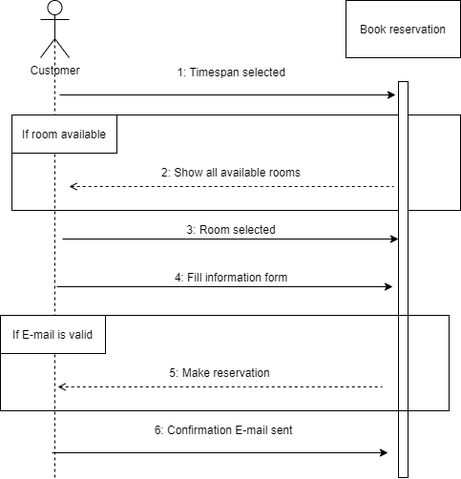
The draw.io diagram Diagrammer/SSD.png in jonash871j/Landlyst-24062020, before a commit. Source tidied: cells renumbered, new cells last; positions are measured from the earlier drawing's top-left corner, leaving out a move shared by most shapes.
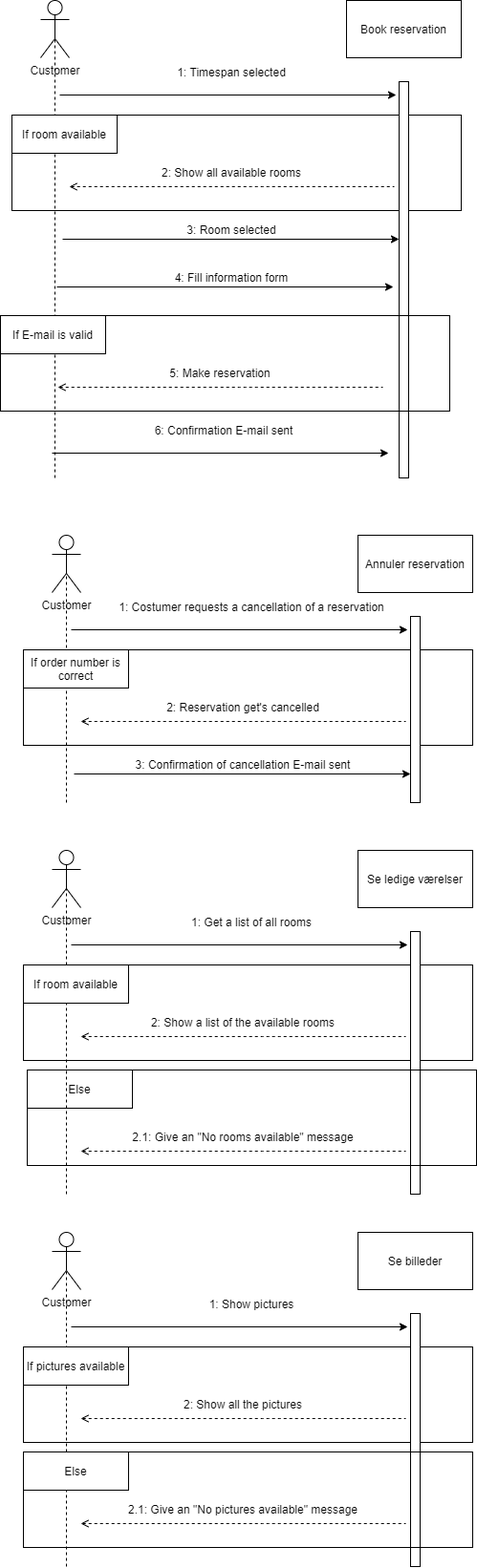
The same file after the commit.

Diff of the diagram source:
```diff
@@ -2,6 +2,9 @@
   <root>
     <mxCell id="0" />
     <mxCell id="1" parent="0" />
+    <mxCell id="24" style="rounded=0;whiteSpace=wrap;html=1;fillColor=#ffffff;" parent="1" vertex="1">
+      <mxGeometry x="28" y="1120" width="110" height="40" as="geometry" />
+    </mxCell>
     <mxCell id="2" style="rounded=0;whiteSpace=wrap;html=1;fillColor=none;" parent="1" vertex="1">
       <mxGeometry x="12" y="120" width="470" height="100" as="geometry" />
     </mxCell>
@@ -94,5 +97,185 @@
     <mxCell id="23" value="6: Confirmation E-mail sent" style="text;html=1;strokeColor=none;fillColor=none;align=center;verticalAlign=middle;whiteSpace=wrap;rounded=0;" parent="1" vertex="1">
       <mxGeometry x="94" y="440" width="280" height="20" as="geometry" />
     </mxCell>
+    <mxCell id="25" style="rounded=0;whiteSpace=wrap;html=1;fillColor=none;" parent="1" vertex="1">
+      <mxGeometry x="24" y="680" width="470" height="100" as="geometry" />
+    </mxCell>
+    <mxCell id="26" value="Customer" style="shape=umlActor;verticalLabelPosition=bottom;labelBackgroundColor=#ffffff;verticalAlign=top;html=1;outlineConnect=0;" parent="1" vertex="1">
+      <mxGeometry x="54" y="560" width="30" height="60" as="geometry" />
+    </mxCell>
+    <mxCell id="27" value="Annuler reservation" style="rounded=0;whiteSpace=wrap;html=1;" parent="1" vertex="1">
+      <mxGeometry x="374" y="560" width="120" height="60" as="geometry" />
+    </mxCell>
+    <mxCell id="28" style="rounded=0;whiteSpace=wrap;html=1;fillColor=#ffffff;" parent="1" vertex="1">
+      <mxGeometry x="429" y="645" width="10" height="195" as="geometry" />
+    </mxCell>
+    <mxCell id="29" style="endArrow=classic;html=1;" parent="1" edge="1">
+      <mxGeometry relative="1" as="geometry">
+        <mxPoint x="74" y="659" as="sourcePoint" />
+        <mxPoint x="426" y="659" as="targetPoint" />
+      </mxGeometry>
+    </mxCell>
+    <mxCell id="30" style="endArrow=none;dashed=1;html=1;entryX=0.5;entryY=0.5;entryDx=0;entryDy=0;entryPerimeter=0;" parent="1" edge="1" target="26">
+      <mxGeometry relative="1" as="geometry">
+        <mxPoint x="69" y="840" as="sourcePoint" />
+      </mxGeometry>
+    </mxCell>
+    <mxCell id="31" value="1: Costumer requests a cancellation of a reservation" style="text;html=1;strokeColor=none;fillColor=none;align=center;verticalAlign=middle;whiteSpace=wrap;rounded=0;" parent="1" vertex="1">
+      <mxGeometry x="114" y="625" width="298" height="20" as="geometry" />
+    </mxCell>
+    <mxCell id="32" style="rounded=0;whiteSpace=wrap;html=1;fillColor=#ffffff;" parent="1" vertex="1">
+      <mxGeometry x="24" y="680" width="110" height="40" as="geometry" />
+    </mxCell>
+    <mxCell id="33" value="If order number is correct" style="text;html=1;strokeColor=none;fillColor=none;align=center;verticalAlign=middle;whiteSpace=wrap;rounded=0;" parent="1" vertex="1">
+      <mxGeometry x="24" y="690" width="110" height="20" as="geometry" />
+    </mxCell>
+    <mxCell id="34" style="endArrow=none;dashed=1;html=1;endFill=0;startArrow=open;startFill=0;" parent="1" edge="1">
+      <mxGeometry relative="1" as="geometry">
+        <mxPoint x="84" y="755" as="sourcePoint" />
+        <mxPoint x="424" y="755" as="targetPoint" />
+        <Array as="points">
+          <mxPoint x="284" y="755" />
+        </Array>
+      </mxGeometry>
+    </mxCell>
+    <mxCell id="35" value="2: Reservation get's cancelled" style="text;html=1;strokeColor=none;fillColor=none;align=center;verticalAlign=middle;whiteSpace=wrap;rounded=0;" parent="1" vertex="1">
+      <mxGeometry x="89" y="730" width="330" height="20" as="geometry" />
+    </mxCell>
+    <mxCell id="36" style="endArrow=classic;html=1;" parent="1" edge="1">
+      <mxGeometry relative="1" as="geometry">
+        <mxPoint x="77" y="810" as="sourcePoint" />
+        <mxPoint x="429" y="810" as="targetPoint" />
+      </mxGeometry>
+    </mxCell>
+    <mxCell id="37" value="3: Confirmation of cancellation E-mail sent" style="text;html=1;strokeColor=none;fillColor=none;align=center;verticalAlign=middle;whiteSpace=wrap;rounded=0;" parent="1" vertex="1">
+      <mxGeometry x="114" y="790" width="280" height="20" as="geometry" />
+    </mxCell>
+    <mxCell id="38" style="rounded=0;whiteSpace=wrap;html=1;fillColor=none;" parent="1" vertex="1">
+      <mxGeometry x="24" y="1010" width="470" height="100" as="geometry" />
+    </mxCell>
+    <mxCell id="39" value="Customer" style="shape=umlActor;verticalLabelPosition=bottom;labelBackgroundColor=#ffffff;verticalAlign=top;html=1;outlineConnect=0;" parent="1" vertex="1">
+      <mxGeometry x="54" y="890" width="30" height="60" as="geometry" />
+    </mxCell>
+    <mxCell id="40" value="Se ledige værelser" style="rounded=0;whiteSpace=wrap;html=1;" parent="1" vertex="1">
+      <mxGeometry x="374" y="890" width="120" height="60" as="geometry" />
+    </mxCell>
+    <mxCell id="41" style="rounded=0;whiteSpace=wrap;html=1;fillColor=#ffffff;" parent="1" vertex="1">
+      <mxGeometry x="429" y="975" width="10" height="275" as="geometry" />
+    </mxCell>
+    <mxCell id="42" style="endArrow=classic;html=1;" parent="1" edge="1">
+      <mxGeometry relative="1" as="geometry">
+        <mxPoint x="74" y="989" as="sourcePoint" />
+        <mxPoint x="426" y="989" as="targetPoint" />
+      </mxGeometry>
+    </mxCell>
+    <mxCell id="43" style="endArrow=none;dashed=1;html=1;entryX=0.5;entryY=0.5;entryDx=0;entryDy=0;entryPerimeter=0;" parent="1" edge="1" target="39">
+      <mxGeometry relative="1" as="geometry">
+        <mxPoint x="69" y="1250" as="sourcePoint" />
+      </mxGeometry>
+    </mxCell>
+    <mxCell id="44" value="1: Get a list of all rooms" style="text;html=1;strokeColor=none;fillColor=none;align=center;verticalAlign=middle;whiteSpace=wrap;rounded=0;" parent="1" vertex="1">
+      <mxGeometry x="114" y="955" width="298" height="20" as="geometry" />
+    </mxCell>
+    <mxCell id="45" style="rounded=0;whiteSpace=wrap;html=1;fillColor=#ffffff;" parent="1" vertex="1">
+      <mxGeometry x="24" y="1010" width="110" height="40" as="geometry" />
+    </mxCell>
+    <mxCell id="46" value="If room available" style="text;html=1;strokeColor=none;fillColor=none;align=center;verticalAlign=middle;whiteSpace=wrap;rounded=0;" parent="1" vertex="1">
+      <mxGeometry x="24" y="1020" width="110" height="20" as="geometry" />
+    </mxCell>
+    <mxCell id="47" style="endArrow=none;dashed=1;html=1;endFill=0;startArrow=open;startFill=0;" parent="1" edge="1">
+      <mxGeometry relative="1" as="geometry">
+        <mxPoint x="84" y="1085" as="sourcePoint" />
+        <mxPoint x="424" y="1085" as="targetPoint" />
+        <Array as="points">
+          <mxPoint x="284" y="1085" />
+        </Array>
+      </mxGeometry>
+    </mxCell>
+    <mxCell id="48" value="2: Show a list of the available rooms" style="text;html=1;strokeColor=none;fillColor=none;align=center;verticalAlign=middle;whiteSpace=wrap;rounded=0;" parent="1" vertex="1">
+      <mxGeometry x="89" y="1060" width="330" height="20" as="geometry" />
+    </mxCell>
+    <mxCell id="49" style="rounded=0;whiteSpace=wrap;html=1;fillColor=none;" parent="1" vertex="1">
+      <mxGeometry x="28" y="1120" width="470" height="100" as="geometry" />
+    </mxCell>
+    <mxCell id="50" value="Else" style="text;html=1;strokeColor=none;fillColor=none;align=center;verticalAlign=middle;whiteSpace=wrap;rounded=0;" parent="1" vertex="1">
+      <mxGeometry x="28" y="1130" width="110" height="20" as="geometry" />
+    </mxCell>
+    <mxCell id="51" style="endArrow=none;dashed=1;html=1;endFill=0;startArrow=open;startFill=0;" parent="1" edge="1">
+      <mxGeometry relative="1" as="geometry">
+        <mxPoint x="84" y="1205" as="sourcePoint" />
+        <mxPoint x="424" y="1205" as="targetPoint" />
+        <Array as="points">
+          <mxPoint x="284" y="1205" />
+        </Array>
+      </mxGeometry>
+    </mxCell>
+    <mxCell id="52" value="2.1: Give an &quot;No rooms available&quot; message" style="text;html=1;strokeColor=none;fillColor=none;align=center;verticalAlign=middle;whiteSpace=wrap;rounded=0;" parent="1" vertex="1">
+      <mxGeometry x="89" y="1180" width="330" height="20" as="geometry" />
+    </mxCell>
+    <mxCell id="53" style="rounded=0;whiteSpace=wrap;html=1;fillColor=none;" parent="1" vertex="1">
+      <mxGeometry x="24" y="1410" width="470" height="100" as="geometry" />
+    </mxCell>
+    <mxCell id="54" value="Customer" style="shape=umlActor;verticalLabelPosition=bottom;labelBackgroundColor=#ffffff;verticalAlign=top;html=1;outlineConnect=0;" parent="1" vertex="1">
+      <mxGeometry x="54" y="1290" width="30" height="60" as="geometry" />
+    </mxCell>
+    <mxCell id="55" value="Se billeder" style="rounded=0;whiteSpace=wrap;html=1;" parent="1" vertex="1">
+      <mxGeometry x="374" y="1290" width="120" height="60" as="geometry" />
+    </mxCell>
+    <mxCell id="56" style="rounded=0;whiteSpace=wrap;html=1;fillColor=#ffffff;" parent="1" vertex="1">
+      <mxGeometry x="429" y="1375" width="10" height="265" as="geometry" />
+    </mxCell>
+    <mxCell id="57" style="endArrow=classic;html=1;" parent="1" edge="1">
+      <mxGeometry relative="1" as="geometry">
+        <mxPoint x="74" y="1389" as="sourcePoint" />
+        <mxPoint x="426" y="1389" as="targetPoint" />
+      </mxGeometry>
+    </mxCell>
+    <mxCell id="58" style="endArrow=none;dashed=1;html=1;entryX=0.5;entryY=0.5;entryDx=0;entryDy=0;entryPerimeter=0;" parent="1" edge="1" target="54">
+      <mxGeometry relative="1" as="geometry">
+        <mxPoint x="69" y="1640" as="sourcePoint" />
+      </mxGeometry>
+    </mxCell>
+    <mxCell id="59" value="1: Show pictures" style="text;html=1;strokeColor=none;fillColor=none;align=center;verticalAlign=middle;whiteSpace=wrap;rounded=0;" parent="1" vertex="1">
+      <mxGeometry x="114" y="1355" width="298" height="20" as="geometry" />
+    </mxCell>
+    <mxCell id="60" style="rounded=0;whiteSpace=wrap;html=1;fillColor=#ffffff;" parent="1" vertex="1">
+      <mxGeometry x="24" y="1410" width="110" height="40" as="geometry" />
+    </mxCell>
+    <mxCell id="61" value="If pictures available" style="text;html=1;strokeColor=none;fillColor=none;align=center;verticalAlign=middle;whiteSpace=wrap;rounded=0;" parent="1" vertex="1">
+      <mxGeometry x="24" y="1420" width="110" height="20" as="geometry" />
+    </mxCell>
+    <mxCell id="62" style="endArrow=none;dashed=1;html=1;endFill=0;startArrow=open;startFill=0;" parent="1" edge="1">
+      <mxGeometry relative="1" as="geometry">
+        <mxPoint x="84" y="1485" as="sourcePoint" />
+        <mxPoint x="424" y="1485" as="targetPoint" />
+        <Array as="points">
+          <mxPoint x="284" y="1485" />
+        </Array>
+      </mxGeometry>
+    </mxCell>
+    <mxCell id="63" value="2: Show all the pictures" style="text;html=1;strokeColor=none;fillColor=none;align=center;verticalAlign=middle;whiteSpace=wrap;rounded=0;" parent="1" vertex="1">
+      <mxGeometry x="89" y="1460" width="330" height="20" as="geometry" />
+    </mxCell>
+    <mxCell id="64" style="rounded=0;whiteSpace=wrap;html=1;fillColor=none;" parent="1" vertex="1">
+      <mxGeometry x="24" y="1520" width="470" height="100" as="geometry" />
+    </mxCell>
+    <mxCell id="65" style="rounded=0;whiteSpace=wrap;html=1;fillColor=#ffffff;" parent="1" vertex="1">
+      <mxGeometry x="24" y="1520" width="110" height="40" as="geometry" />
+    </mxCell>
+    <mxCell id="66" value="Else" style="text;html=1;strokeColor=none;fillColor=none;align=center;verticalAlign=middle;whiteSpace=wrap;rounded=0;" parent="1" vertex="1">
+      <mxGeometry x="24" y="1530" width="110" height="20" as="geometry" />
+    </mxCell>
+    <mxCell id="67" style="endArrow=none;dashed=1;html=1;endFill=0;startArrow=open;startFill=0;" parent="1" edge="1">
+      <mxGeometry relative="1" as="geometry">
+        <mxPoint x="84" y="1595" as="sourcePoint" />
+        <mxPoint x="424" y="1595" as="targetPoint" />
+        <Array as="points">
+          <mxPoint x="284" y="1595" />
+        </Array>
+      </mxGeometry>
+    </mxCell>
+    <mxCell id="68" value="2.1: Give an &quot;No pictures available&quot; message" style="text;html=1;strokeColor=none;fillColor=none;align=center;verticalAlign=middle;whiteSpace=wrap;rounded=0;" parent="1" vertex="1">
+      <mxGeometry x="89" y="1570" width="330" height="20" as="geometry" />
+    </mxCell>
   </root>
 </mxGraphModel>
```
